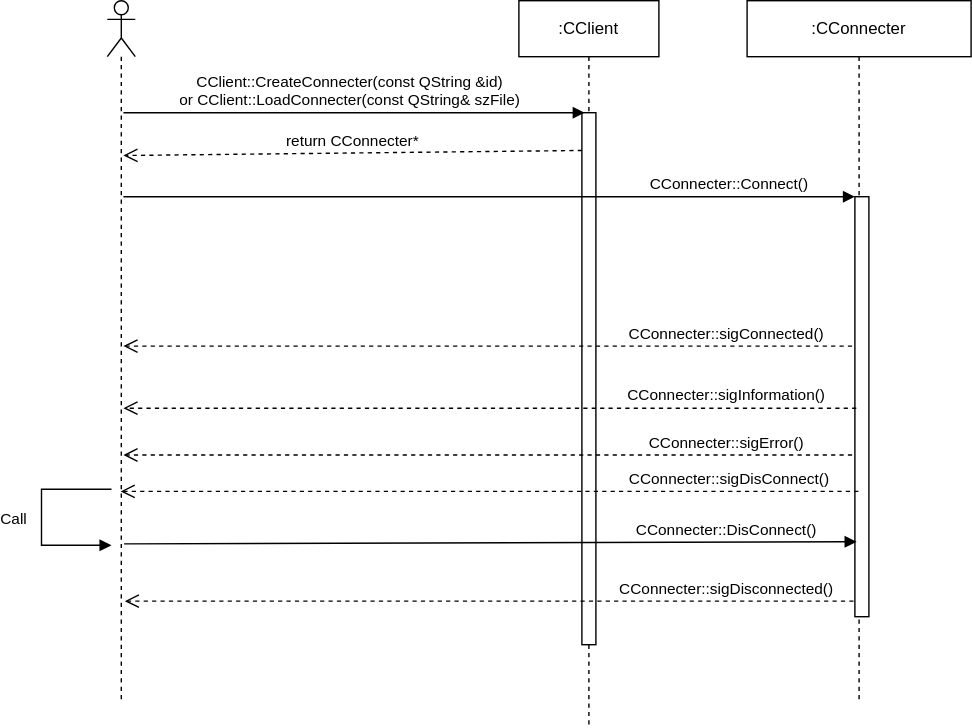
KangLin/RabbitRemoteControl keeps this draw.io diagram as docs/Image/ClientSequenceDiagram.svg. Above is the earlier version. Source tidied: cells renumbered, new cells last; positions are measured from the earlier drawing's top-left corner, leaving out a move shared by most shapes. Source of this version:
```xml
<mxGraphModel>
  <root>
    <mxCell id="0" />
    <mxCell id="1" parent="0" />
    <mxCell id="2" value=":CClient" style="shape=umlLifeline;perimeter=lifelinePerimeter;whiteSpace=wrap;html=1;fontColor=#000000;" parent="1" vertex="1">
      <mxGeometry x="341" width="100" height="519" as="geometry" />
    </mxCell>
    <mxCell id="3" style="html=1;points=[];perimeter=orthogonalPerimeter;fontColor=#000000;" parent="2" vertex="1">
      <mxGeometry x="45" y="80" width="10" height="380" as="geometry" />
    </mxCell>
    <mxCell id="4" value="CConnecter::sigError()" style="html=1;verticalAlign=bottom;endArrow=open;dashed=1;endSize=8;rounded=0;fontColor=#000000;" parent="2" edge="1">
      <mxGeometry x="-0.65" relative="1" as="geometry">
        <mxPoint x="238" y="324.5" as="sourcePoint" />
        <mxPoint x="-282.5" y="324.5" as="targetPoint" />
      </mxGeometry>
    </mxCell>
    <mxCell id="5" value=":CConnecter" style="shape=umlLifeline;perimeter=lifelinePerimeter;whiteSpace=wrap;html=1;fontColor=#000000;" parent="1" vertex="1">
      <mxGeometry x="504" width="160" height="499" as="geometry" />
    </mxCell>
    <mxCell id="6" style="html=1;points=[];perimeter=orthogonalPerimeter;fontColor=#000000;" parent="5" vertex="1">
      <mxGeometry x="77" y="140" width="10" height="300" as="geometry" />
    </mxCell>
    <mxCell id="7" style="shape=umlLifeline;participant=umlActor;perimeter=lifelinePerimeter;whiteSpace=wrap;html=1;verticalAlign=top;spacingTop=36;fontColor=#000000;" parent="1" vertex="1">
      <mxGeometry x="47" width="20" height="499" as="geometry" />
    </mxCell>
    <mxCell id="8" value="CConnecter::DisConnect()" style="html=1;verticalAlign=bottom;endArrow=block;rounded=0;fontColor=#000000;entryX=0.12;entryY=0.681;entryDx=0;entryDy=0;entryPerimeter=0;" parent="7" edge="1">
      <mxGeometry x="0.64" relative="1" as="geometry">
        <mxPoint x="12" y="388" as="sourcePoint" />
        <mxPoint x="535.2" y="386.5" as="targetPoint" />
      </mxGeometry>
    </mxCell>
    <mxCell id="9" value="CClient::CreateConnecter(const QString &amp;amp;id)&lt;div&gt;or CClient::LoadConnecter(const QString&amp;amp; szFile)&lt;/div&gt;" style="html=1;verticalAlign=bottom;endArrow=block;entryX=0;entryY=0;rounded=0;fontColor=#000000;align=center;" parent="1" edge="1">
      <mxGeometry x="-0.03" relative="1" as="geometry">
        <mxPoint x="58.5" y="80" as="sourcePoint" />
        <mxPoint x="388" y="80" as="targetPoint" />
        <mxPoint x="1" as="offset" />
      </mxGeometry>
    </mxCell>
    <mxCell id="10" value="return CConnecter*" style="html=1;verticalAlign=bottom;endArrow=open;dashed=1;endSize=8;rounded=0;fontColor=#000000;exitX=0;exitY=0.071;exitDx=0;exitDy=0;exitPerimeter=0;" parent="1" edge="1" source="3">
      <mxGeometry relative="1" as="geometry">
        <mxPoint x="58.5" y="110.6" as="targetPoint" />
      </mxGeometry>
    </mxCell>
    <mxCell id="11" value="CConnecter::Connect()" style="html=1;verticalAlign=bottom;endArrow=block;entryX=0;entryY=0;rounded=0;fontColor=#000000;" parent="1" edge="1" target="6">
      <mxGeometry x="0.65" relative="1" as="geometry">
        <mxPoint x="58.5" y="140" as="sourcePoint" />
      </mxGeometry>
    </mxCell>
    <mxCell id="12" value="CConnecter::sigConnected()" style="html=1;verticalAlign=bottom;endArrow=open;dashed=1;endSize=8;exitX=-0.2;exitY=0.33;rounded=0;fontColor=#000000;exitDx=0;exitDy=0;exitPerimeter=0;" parent="1" edge="1">
      <mxGeometry x="-0.65" relative="1" as="geometry">
        <mxPoint x="579" y="246.7" as="sourcePoint" />
        <mxPoint x="58.5" y="246.7" as="targetPoint" />
      </mxGeometry>
    </mxCell>
    <mxCell id="13" value="CConnecter::sigDisconnected()" style="html=1;verticalAlign=bottom;endArrow=open;dashed=1;endSize=8;rounded=0;fontColor=#000000;exitX=-0.2;exitY=0.91;exitDx=0;exitDy=0;exitPerimeter=0;" parent="1" edge="1">
      <mxGeometry x="-0.65" relative="1" as="geometry">
        <mxPoint x="580" y="428.9" as="sourcePoint" />
        <mxPoint x="59.5" y="428.9" as="targetPoint" />
      </mxGeometry>
    </mxCell>
    <mxCell id="14" value="CConnecter::sigInformation()" style="html=1;verticalAlign=bottom;endArrow=open;dashed=1;endSize=8;rounded=0;fontColor=#000000;exitX=0.1;exitY=0.583;exitDx=0;exitDy=0;exitPerimeter=0;" parent="1" edge="1">
      <mxGeometry x="-0.64" relative="1" as="geometry">
        <mxPoint x="582" y="291.1" as="sourcePoint" />
        <mxPoint x="58.5" y="291.1" as="targetPoint" />
      </mxGeometry>
    </mxCell>
    <mxCell id="15" value="CConnecter::sigDisConnect()" style="html=1;verticalAlign=bottom;endArrow=open;dashed=1;endSize=8;curved=0;rounded=0;" parent="1" edge="1">
      <mxGeometry x="-0.65" relative="1" as="geometry">
        <mxPoint x="583.5" y="350.5" as="sourcePoint" />
        <mxPoint x="56.5" y="350.5" as="targetPoint" />
      </mxGeometry>
    </mxCell>
    <mxCell id="16" value="Call" style="html=1;verticalAlign=bottom;endArrow=block;curved=0;rounded=0;" parent="1" edge="1">
      <mxGeometry x="0.14" y="-20" relative="1" as="geometry">
        <mxPoint x="50" y="349" as="sourcePoint" />
        <mxPoint x="50" y="389" as="targetPoint" />
        <Array as="points">
          <mxPoint y="349" />
          <mxPoint y="389" />
        </Array>
      </mxGeometry>
    </mxCell>
  </root>
</mxGraphModel>
```
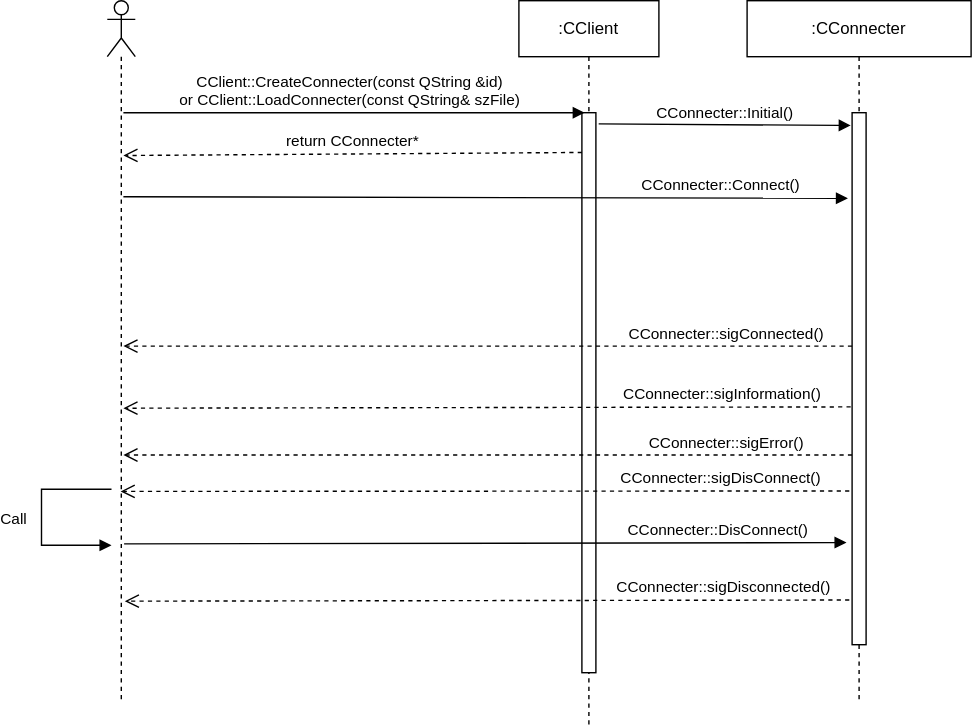
Above is the later version.

The edit, as a diff of the source:
```diff
@@ -6,7 +6,7 @@
       <mxGeometry x="341" width="100" height="519" as="geometry" />
     </mxCell>
     <mxCell id="3" style="html=1;points=[];perimeter=orthogonalPerimeter;fontColor=#000000;" parent="2" vertex="1">
-      <mxGeometry x="45" y="80" width="10" height="380" as="geometry" />
+      <mxGeometry x="45" y="80" width="10" height="400" as="geometry" />
     </mxCell>
     <mxCell id="4" value="CConnecter::sigError()" style="html=1;verticalAlign=bottom;endArrow=open;dashed=1;endSize=8;rounded=0;fontColor=#000000;" parent="2" edge="1">
       <mxGeometry x="-0.65" relative="1" as="geometry">
@@ -18,15 +18,14 @@
       <mxGeometry x="504" width="160" height="499" as="geometry" />
     </mxCell>
     <mxCell id="6" style="html=1;points=[];perimeter=orthogonalPerimeter;fontColor=#000000;" parent="5" vertex="1">
-      <mxGeometry x="77" y="140" width="10" height="300" as="geometry" />
+      <mxGeometry x="75" y="80" width="10" height="380" as="geometry" />
     </mxCell>
     <mxCell id="7" style="shape=umlLifeline;participant=umlActor;perimeter=lifelinePerimeter;whiteSpace=wrap;html=1;verticalAlign=top;spacingTop=36;fontColor=#000000;" parent="1" vertex="1">
       <mxGeometry x="47" width="20" height="499" as="geometry" />
     </mxCell>
-    <mxCell id="8" value="CConnecter::DisConnect()" style="html=1;verticalAlign=bottom;endArrow=block;rounded=0;fontColor=#000000;entryX=0.12;entryY=0.681;entryDx=0;entryDy=0;entryPerimeter=0;" parent="7" edge="1">
+    <mxCell id="8" value="CConnecter::DisConnect()" style="html=1;verticalAlign=bottom;endArrow=block;rounded=0;fontColor=#000000;entryX=-0.4;entryY=0.808;entryDx=0;entryDy=0;entryPerimeter=0;" parent="7" edge="1" target="6">
       <mxGeometry x="0.64" relative="1" as="geometry">
         <mxPoint x="12" y="388" as="sourcePoint" />
-        <mxPoint x="535.2" y="386.5" as="targetPoint" />
       </mxGeometry>
     </mxCell>
     <mxCell id="9" value="CClient::CreateConnecter(const QString &amp;amp;id)&lt;div&gt;or CClient::LoadConnecter(const QString&amp;amp; szFile)&lt;/div&gt;" style="html=1;verticalAlign=bottom;endArrow=block;entryX=0;entryY=0;rounded=0;fontColor=#000000;align=center;" parent="1" edge="1">
@@ -41,7 +40,7 @@
         <mxPoint x="58.5" y="110.6" as="targetPoint" />
       </mxGeometry>
     </mxCell>
-    <mxCell id="11" value="CConnecter::Connect()" style="html=1;verticalAlign=bottom;endArrow=block;entryX=0;entryY=0;rounded=0;fontColor=#000000;" parent="1" edge="1" target="6">
+    <mxCell id="11" value="CConnecter::Connect()" style="html=1;verticalAlign=bottom;endArrow=block;entryX=-0.3;entryY=0.161;rounded=0;fontColor=#000000;entryDx=0;entryDy=0;entryPerimeter=0;" parent="1" edge="1" target="6">
       <mxGeometry x="0.65" relative="1" as="geometry">
         <mxPoint x="58.5" y="140" as="sourcePoint" />
       </mxGeometry>
@@ -52,21 +51,18 @@
         <mxPoint x="58.5" y="246.7" as="targetPoint" />
       </mxGeometry>
     </mxCell>
-    <mxCell id="13" value="CConnecter::sigDisconnected()" style="html=1;verticalAlign=bottom;endArrow=open;dashed=1;endSize=8;rounded=0;fontColor=#000000;exitX=-0.2;exitY=0.91;exitDx=0;exitDy=0;exitPerimeter=0;" parent="1" edge="1">
+    <mxCell id="13" value="CConnecter::sigDisconnected()" style="html=1;verticalAlign=bottom;endArrow=open;dashed=1;endSize=8;rounded=0;fontColor=#000000;exitX=-0.2;exitY=0.916;exitDx=0;exitDy=0;exitPerimeter=0;" parent="1" edge="1" source="6">
       <mxGeometry x="-0.65" relative="1" as="geometry">
-        <mxPoint x="580" y="428.9" as="sourcePoint" />
         <mxPoint x="59.5" y="428.9" as="targetPoint" />
       </mxGeometry>
     </mxCell>
-    <mxCell id="14" value="CConnecter::sigInformation()" style="html=1;verticalAlign=bottom;endArrow=open;dashed=1;endSize=8;rounded=0;fontColor=#000000;exitX=0.1;exitY=0.583;exitDx=0;exitDy=0;exitPerimeter=0;" parent="1" edge="1">
+    <mxCell id="14" value="CConnecter::sigInformation()" style="html=1;verticalAlign=bottom;endArrow=open;dashed=1;endSize=8;rounded=0;fontColor=#000000;exitX=-0.1;exitY=0.553;exitDx=0;exitDy=0;exitPerimeter=0;" parent="1" edge="1" source="6">
       <mxGeometry x="-0.64" relative="1" as="geometry">
-        <mxPoint x="582" y="291.1" as="sourcePoint" />
         <mxPoint x="58.5" y="291.1" as="targetPoint" />
       </mxGeometry>
     </mxCell>
-    <mxCell id="15" value="CConnecter::sigDisConnect()" style="html=1;verticalAlign=bottom;endArrow=open;dashed=1;endSize=8;curved=0;rounded=0;" parent="1" edge="1">
+    <mxCell id="15" value="CConnecter::sigDisConnect()" style="html=1;verticalAlign=bottom;endArrow=open;dashed=1;endSize=8;curved=0;rounded=0;exitX=-0.2;exitY=0.711;exitDx=0;exitDy=0;exitPerimeter=0;" parent="1" edge="1" source="6">
       <mxGeometry x="-0.65" relative="1" as="geometry">
-        <mxPoint x="583.5" y="350.5" as="sourcePoint" />
         <mxPoint x="56.5" y="350.5" as="targetPoint" />
       </mxGeometry>
     </mxCell>
@@ -80,5 +76,8 @@
         </Array>
       </mxGeometry>
     </mxCell>
+    <mxCell id="17" value="CConnecter::Initial()" style="html=1;verticalAlign=bottom;endArrow=block;curved=0;rounded=0;entryX=-0.1;entryY=0.024;entryDx=0;entryDy=0;entryPerimeter=0;exitX=1.2;exitY=0.02;exitDx=0;exitDy=0;exitPerimeter=0;" parent="1" edge="1" source="3" target="6">
+      <mxGeometry relative="1" as="geometry" />
+    </mxCell>
   </root>
 </mxGraphModel>
```
